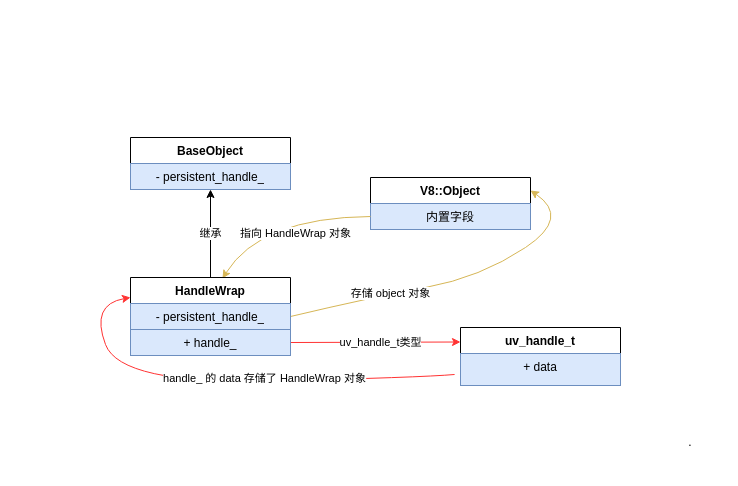
The draw.io diagram node源码/流程图/Node.js中JS、C++层、libuv的交互/HandleWrap类.drawio in sinkhaha/my-study-note, before the edit. Source tidied: cells renumbered, new cells numbered last; positions are measured from the earlier drawing's top-left corner, leaving out a move shared by most shapes. Both pictures are drawn from the tidied source at 100%, with x=0, y=0 at pixel (90, 137).
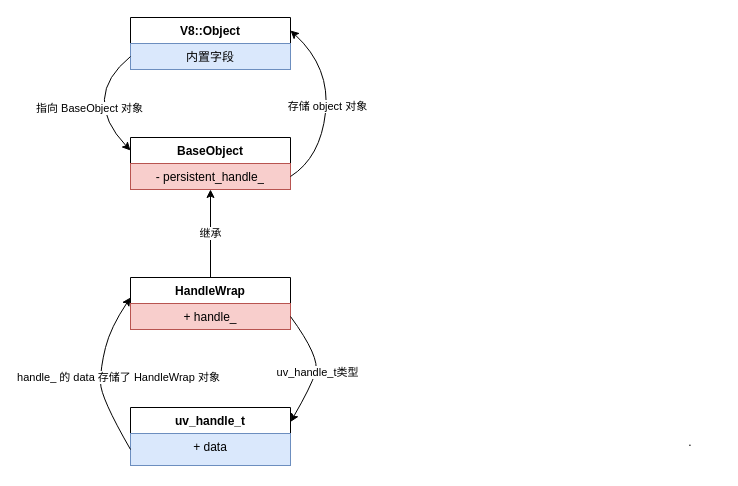
Above is the later version.

Unchanged cells that the change refers to:
```xml
<mxCell id="2" value="BaseObject" style="swimlane;fontStyle=1;align=center;verticalAlign=top;horizontal=1;startSize=26;whiteSpace=wrap;html=1;" parent="1" vertex="1">
  <mxGeometry x="40" width="160" height="52" as="geometry" />
</mxCell>
<mxCell id="5" value="内置字段" style="text;strokeColor=#6c8ebf;fillColor=#dae8fc;align=center;verticalAlign=top;spacingLeft=4;spacingRight=4;overflow=hidden;points=[[0,0.5],[1,0.5]];portConstraint=eastwest;whiteSpace=wrap;html=1;" parent="4" vertex="1">
  <mxGeometry y="26" width="160" height="26" as="geometry" />
</mxCell>
<mxCell id="10" value="HandleWrap" style="swimlane;fontStyle=1;align=center;verticalAlign=top;horizontal=1;startSize=26;whiteSpace=wrap;html=1;" parent="1" vertex="1">
  <mxGeometry x="40" y="140" width="160" height="52" as="geometry" />
</mxCell>
<mxCell id="14" value="+ data" style="text;strokeColor=#6c8ebf;fillColor=#dae8fc;align=center;verticalAlign=top;spacingLeft=4;spacingRight=4;overflow=hidden;points=[[0,0.5],[1,0.5]];portConstraint=eastwest;whiteSpace=wrap;html=1;" parent="13" vertex="1">
  <mxGeometry y="26" width="160" height="32" as="geometry" />
</mxCell>
```

The edit, as a diff of the source:
```diff
@@
-    <mxCell id="3" value="-&amp;nbsp;persistent_handle_" style="text;strokeColor=#6c8ebf;fillColor=#dae8fc;align=center;verticalAlign=top;spacingLeft=4;spacingRight=4;overflow=hidden;points=[[0,0.5],[1,0.5]];portConstraint=eastwest;whiteSpace=wrap;html=1;" parent="2" vertex="1">
+    <mxCell id="3" value="-&amp;nbsp;persistent_handle_" style="text;strokeColor=#b85450;fillColor=#f8cecc;align=center;verticalAlign=top;spacingLeft=4;spacingRight=4;overflow=hidden;points=[[0,0.5],[1,0.5]];portConstraint=eastwest;whiteSpace=wrap;html=1;" parent="2" vertex="1">
       <mxGeometry y="26" width="160" height="26" as="geometry" />
     </mxCell>
     <mxCell id="4" value="V8::Object" style="swimlane;fontStyle=1;align=center;verticalAlign=top;horizontal=1;startSize=26;whiteSpace=wrap;html=1;" parent="1" vertex="1">
-      <mxGeometry x="280" y="40" width="160" height="52" as="geometry" />
+      <mxGeometry x="40" y="-120" width="160" height="52" as="geometry" />
     </mxCell>
@@
-    <mxCell id="6" style="curved=1;endArrow=classic;html=1;rounded=0;entryX=1;entryY=0.25;entryDx=0;entryDy=0;exitX=1;exitY=0.5;exitDx=0;exitDy=0;fillColor=#fff2cc;strokeColor=#d6b656;" parent="1" edge="1" source="11" target="4">
+    <mxCell id="6" style="curved=1;endArrow=classic;html=1;rounded=0;entryX=1;entryY=0.25;entryDx=0;entryDy=0;exitX=1;exitY=0.5;exitDx=0;exitDy=0;fillColor=#fff2cc;strokeColor=#000000;" parent="1" edge="1" source="3" target="4">
       <mxGeometry relative="1" as="geometry">
         <Array as="points">
-          <mxPoint x="280" y="160" />
-          <mxPoint x="390" y="140" />
-          <mxPoint x="480" y="80" />
+          <mxPoint x="230" y="20" />
+          <mxPoint x="240" y="-70" />
         </Array>
       </mxGeometry>
     </mxCell>
     <mxCell id="7" value="存储 object 对象" style="edgeLabel;html=1;align=center;verticalAlign=middle;" parent="6" vertex="1">
-      <mxGeometry x="-0.42" y="1" relative="1" as="geometry" />
+      <mxGeometry x="-0.42" y="1" relative="1" as="geometry">
+        <mxPoint x="6" y="-35" as="offset" />
+      </mxGeometry>
     </mxCell>
-    <mxCell id="8" style="curved=1;endArrow=classic;html=1;rounded=0;exitX=0;exitY=0.5;exitDx=0;exitDy=0;entryX=0.575;entryY=0.019;entryDx=0;entryDy=0;entryPerimeter=0;fillColor=#fff2cc;strokeColor=#d6b656;" parent="1" edge="1" source="5" target="10">
+    <mxCell id="8" style="curved=1;endArrow=classic;html=1;rounded=0;exitX=0;exitY=0.5;exitDx=0;exitDy=0;entryX=0;entryY=0.25;entryDx=0;entryDy=0;fillColor=#fff2cc;strokeColor=#000000;" parent="1" edge="1" source="5" target="2">
       <mxGeometry relative="1" as="geometry">
         <Array as="points">
-          <mxPoint x="170" y="80" />
+          <mxPoint x="-10" y="-40" />
         </Array>
       </mxGeometry>
     </mxCell>
-    <mxCell id="9" value="指向 HandleWrap 对象" style="edgeLabel;html=1;align=center;verticalAlign=middle;" parent="8" vertex="1">
+    <mxCell id="9" value="指向 BaseObject 对象" style="edgeLabel;html=1;align=center;verticalAlign=middle;" parent="8" vertex="1">
       <mxGeometry x="-0.16" y="6" relative="1" as="geometry">
         <mxPoint y="10" as="offset" />
       </mxGeometry>
     </mxCell>
@@
-    <mxCell id="11" value="- persistent_handle_&lt;br style=&quot;border-color: var(--border-color);&quot;&gt;&amp;nbsp;" style="text;strokeColor=#6c8ebf;fillColor=#dae8fc;align=center;verticalAlign=top;spacingLeft=4;spacingRight=4;overflow=hidden;points=[[0,0.5],[1,0.5]];portConstraint=eastwest;whiteSpace=wrap;html=1;" parent="10" vertex="1">
+    <mxCell id="11" value="+ handle_" style="text;strokeColor=#b85450;fillColor=#f8cecc;align=center;verticalAlign=top;spacingLeft=4;spacingRight=4;overflow=hidden;points=[[0,0.5],[1,0.5]];portConstraint=eastwest;whiteSpace=wrap;html=1;" parent="10" vertex="1">
       <mxGeometry y="26" width="160" height="26" as="geometry" />
     </mxCell>
@@
     <mxCell id="13" value="uv_handle_t" style="swimlane;fontStyle=1;align=center;verticalAlign=top;horizontal=1;startSize=26;whiteSpace=wrap;html=1;" parent="1" vertex="1">
-      <mxGeometry x="370" y="190" width="160" height="58" as="geometry" />
+      <mxGeometry x="40" y="270" width="160" height="58" as="geometry" />
     </mxCell>
@@
-    <mxCell id="15" style="endArrow=classic;html=1;rounded=0;exitX=1;exitY=0.5;exitDx=0;exitDy=0;entryX=0;entryY=0.25;entryDx=0;entryDy=0;strokeColor=#FF3333;" parent="1" edge="1" source="20" target="13">
-      <mxGeometry relative="1" as="geometry" />
-    </mxCell>
-    <mxCell id="16" value="uv_handle_t类型" style="edgeLabel;html=1;align=center;verticalAlign=middle;" parent="15" vertex="1">
-      <mxGeometry x="-0.22" relative="1" as="geometry">
-        <mxPoint x="24" as="offset" />
-      </mxGeometry>
-    </mxCell>
-    <mxCell id="17" style="curved=1;endArrow=classic;html=1;rounded=0;exitX=-0.037;exitY=0.656;exitDx=0;exitDy=0;entryX=0;entryY=0.25;entryDx=0;entryDy=0;strokeColor=#FF3333;exitPerimeter=0;" parent="1" edge="1" source="14">
+    <mxCell id="17" style="curved=1;endArrow=classic;html=1;rounded=0;exitX=0;exitY=0.5;exitDx=0;exitDy=0;entryX=0;entryY=0.25;entryDx=0;entryDy=0;strokeColor=#000000;" parent="1" edge="1" source="14">
       <mxGeometry relative="1" as="geometry">
         <mxPoint x="40" y="160" as="targetPoint" />
         <Array as="points">
-          <mxPoint x="330" y="240" />
-          <mxPoint x="30" y="247" />
-          <mxPoint y="167" />
+          <mxPoint x="10" y="260" />
+          <mxPoint x="10" y="230" />
+          <mxPoint x="20" y="190" />
         </Array>
       </mxGeometry>
     </mxCell>
     <mxCell id="18" value="handle_ 的 data 存储了 HandleWrap 对象" style="edgeLabel;html=1;align=center;verticalAlign=middle;" parent="17" vertex="1">
       <mxGeometry x="0.13" y="-5" relative="1" as="geometry">
-        <mxPoint x="69" as="offset" />
+        <mxPoint x="11" y="13" as="offset" />
       </mxGeometry>
     </mxCell>
@@
-    <mxCell id="20" value="+ handle_" style="text;strokeColor=#6c8ebf;fillColor=#dae8fc;align=center;verticalAlign=top;spacingLeft=4;spacingRight=4;overflow=hidden;points=[[0,0.5],[1,0.5]];portConstraint=eastwest;whiteSpace=wrap;html=1;" parent="1" vertex="1">
-      <mxGeometry x="40" y="192" width="160" height="26" as="geometry" />
-    </mxCell>
+    <mxCell id="21" style="curved=1;endArrow=classic;html=1;rounded=0;exitX=1;exitY=0.5;exitDx=0;exitDy=0;entryX=1;entryY=0.25;entryDx=0;entryDy=0;" parent="1" edge="1" source="11" target="13">
+      <mxGeometry relative="1" as="geometry">
+        <Array as="points">
+          <mxPoint x="230" y="220" />
+          <mxPoint x="220" y="250" />
+        </Array>
+      </mxGeometry>
+    </mxCell>
+    <mxCell id="16" value="uv_handle_t类型" style="edgeLabel;html=1;align=center;verticalAlign=middle;" parent="21" vertex="1">
+      <mxGeometry x="0.08" y="1" relative="1" as="geometry" />
+    </mxCell>
```
